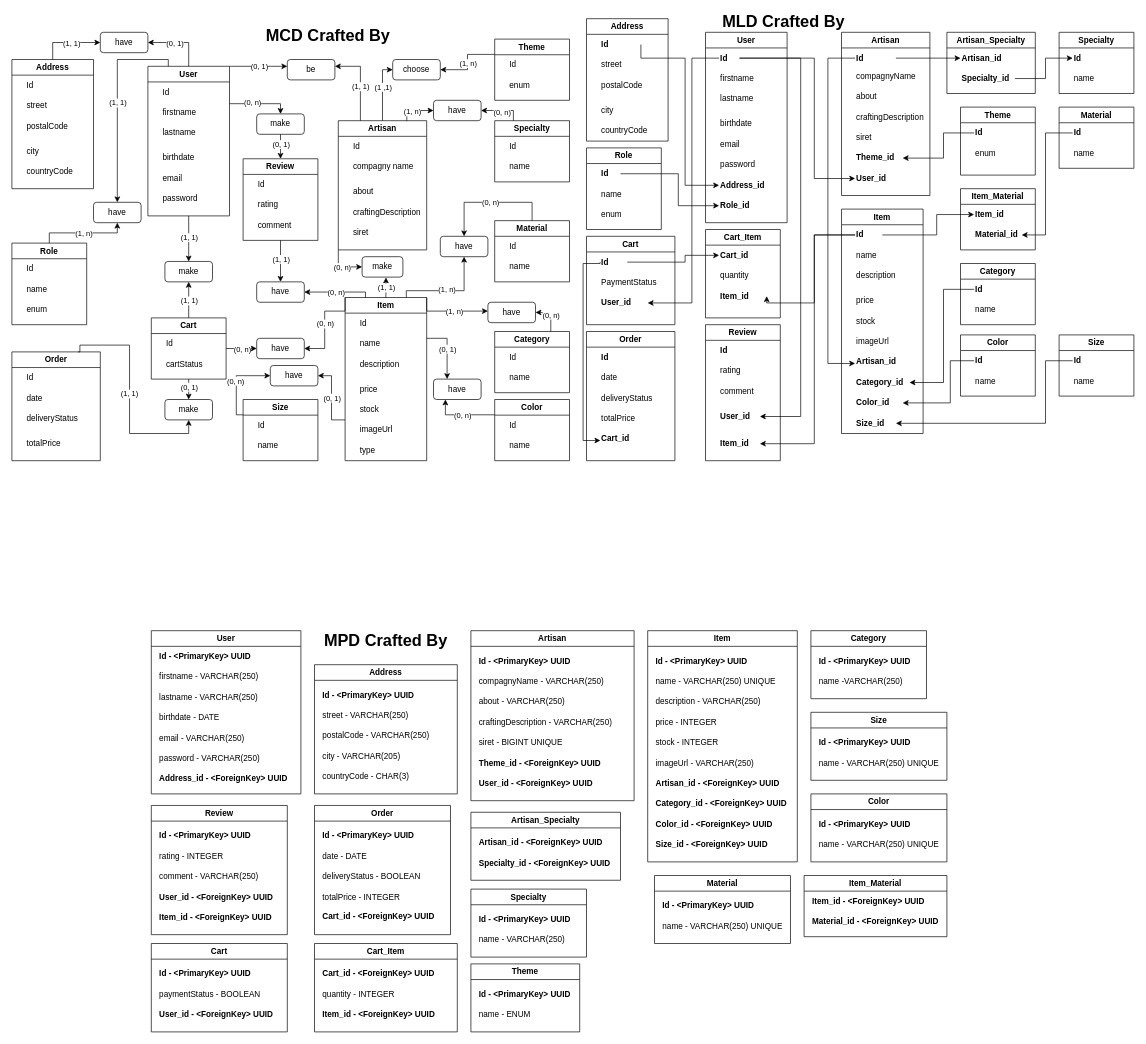
RomainWirth/RomainWirth keeps this draw.io diagram as BDD_PHP_DATAVIZ/Diagramme sans nom.drawio. Above is the earlier version. Source tidied: cells renumbered, new cells numbered last; positions are measured from the earlier drawing's top-left corner, leaving out a move shared by most shapes. Both pictures are drawn from the tidied source at 68%, with x=0, y=0 at pixel (12, 12).
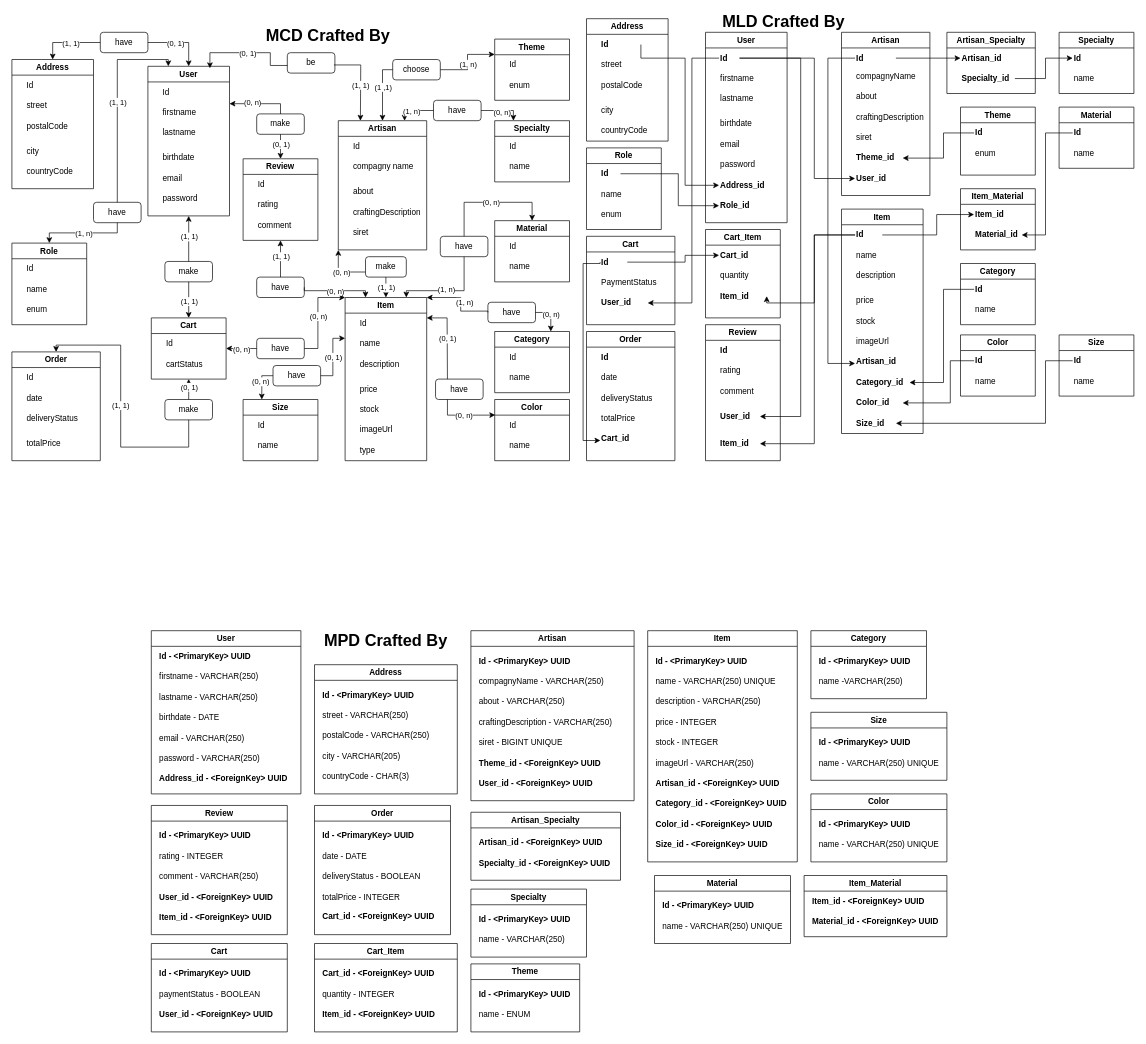
The same page after the edit.

Commit message:
Mettre à jour Diagramme sans nom.drawio

The change refers to these unchanged cells:
```xml
<mxCell id="2" value="User" style="swimlane;whiteSpace=wrap;html=1;" parent="1" vertex="1">
  <mxGeometry x="200" y="80" width="120" height="220" as="geometry" />
</mxCell>
<mxCell id="9" value="Artisan" style="swimlane;whiteSpace=wrap;html=1;" parent="1" vertex="1">
  <mxGeometry x="480" y="160" width="130" height="190" as="geometry" />
</mxCell>
<mxCell id="15" value="Specialty" style="swimlane;whiteSpace=wrap;html=1;" parent="1" vertex="1">
  <mxGeometry x="710" y="160" width="110" height="90" as="geometry" />
</mxCell>
<mxCell id="18" value="Theme" style="swimlane;whiteSpace=wrap;html=1;" parent="1" vertex="1">
  <mxGeometry x="710" y="40" width="110" height="90" as="geometry" />
</mxCell>
<mxCell id="21" value="Address" style="swimlane;whiteSpace=wrap;html=1;" parent="1" vertex="1">
  <mxGeometry y="70" width="120" height="190" as="geometry" />
</mxCell>
<mxCell id="27" value="Role" style="swimlane;whiteSpace=wrap;html=1;" parent="1" vertex="1">
  <mxGeometry y="340" width="110" height="120" as="geometry" />
</mxCell>
<mxCell id="31" value="Item" style="swimlane;whiteSpace=wrap;html=1;" parent="1" vertex="1">
  <mxGeometry x="490" y="420" width="120" height="240" as="geometry" />
</mxCell>
<mxCell id="39" value="Material" style="swimlane;whiteSpace=wrap;html=1;" parent="1" vertex="1">
  <mxGeometry x="710" y="307" width="110" height="90" as="geometry" />
</mxCell>
<mxCell id="43" value="Cart" style="swimlane;whiteSpace=wrap;html=1;" parent="1" vertex="1">
  <mxGeometry x="205" y="450" width="110" height="90" as="geometry" />
</mxCell>
<mxCell id="46" value="Review" style="swimlane;whiteSpace=wrap;html=1;" parent="1" vertex="1">
  <mxGeometry x="340" y="216" width="110" height="120" as="geometry" />
</mxCell>
<mxCell id="50" value="Order" style="swimlane;whiteSpace=wrap;html=1;" parent="1" vertex="1">
  <mxGeometry y="500" width="130" height="160" as="geometry" />
</mxCell>
<mxCell id="55" value="Color" style="swimlane;whiteSpace=wrap;html=1;" parent="1" vertex="1">
  <mxGeometry x="710" y="570" width="110" height="90" as="geometry" />
</mxCell>
<mxCell id="58" value="Size" style="swimlane;whiteSpace=wrap;html=1;" parent="1" vertex="1">
  <mxGeometry x="340" y="570" width="110" height="90" as="geometry" />
</mxCell>
<mxCell id="61" value="have" style="rounded=1;whiteSpace=wrap;html=1;" parent="1" vertex="1">
  <mxGeometry x="130" y="30" width="70" height="30" as="geometry" />
</mxCell>
<mxCell id="62" value="have" style="rounded=1;whiteSpace=wrap;html=1;" parent="1" vertex="1">
  <mxGeometry x="120" y="280" width="70" height="30" as="geometry" />
</mxCell>
<mxCell id="63" value="have" style="rounded=1;whiteSpace=wrap;html=1;" parent="1" vertex="1">
  <mxGeometry x="620" y="130" width="70" height="30" as="geometry" />
</mxCell>
<mxCell id="64" value="have" style="rounded=1;whiteSpace=wrap;html=1;" parent="1" vertex="1">
  <mxGeometry x="630" y="330" width="70" height="30" as="geometry" />
</mxCell>
<mxCell id="67" value="have" style="rounded=1;whiteSpace=wrap;html=1;" parent="1" vertex="1">
  <mxGeometry x="360" y="480" width="70" height="30" as="geometry" />
</mxCell>
<mxCell id="69" value="make" style="rounded=1;whiteSpace=wrap;html=1;" parent="1" vertex="1">
  <mxGeometry x="360" y="150" width="70" height="30" as="geometry" />
</mxCell>
<mxCell id="71" value="choose" style="rounded=1;whiteSpace=wrap;html=1;" parent="1" vertex="1">
  <mxGeometry x="560" y="70" width="70" height="30" as="geometry" />
</mxCell>
<mxCell id="72" value="make" style="rounded=1;whiteSpace=wrap;html=1;" parent="1" vertex="1">
  <mxGeometry x="225" y="570" width="70" height="30" as="geometry" />
</mxCell>
<mxCell id="73" value="make" style="rounded=1;whiteSpace=wrap;html=1;" parent="1" vertex="1">
  <mxGeometry x="225" y="367" width="70" height="30" as="geometry" />
</mxCell>
<mxCell id="225" value="Category" style="swimlane;whiteSpace=wrap;html=1;" parent="1" vertex="1">
  <mxGeometry x="710" y="470" width="110" height="90" as="geometry" />
</mxCell>
<mxCell id="228" value="have" style="rounded=1;whiteSpace=wrap;html=1;" parent="1" vertex="1">
  <mxGeometry x="700" y="427" width="70" height="30" as="geometry" />
</mxCell>
```

Change to the diagram source:
```diff
@@
     <mxCell id="65" value="have" style="rounded=1;whiteSpace=wrap;html=1;" parent="1" vertex="1">
-      <mxGeometry x="620" y="540" width="70" height="30" as="geometry" />
+      <mxGeometry x="623" y="540" width="70" height="30" as="geometry" />
     </mxCell>
     <mxCell id="66" value="have" style="rounded=1;whiteSpace=wrap;html=1;" parent="1" vertex="1">
-      <mxGeometry x="380" y="520" width="70" height="30" as="geometry" />
+      <mxGeometry x="384" y="520" width="70" height="30" as="geometry" />
     </mxCell>
@@
     <mxCell id="68" value="have" style="rounded=1;whiteSpace=wrap;html=1;" parent="1" vertex="1">
-      <mxGeometry x="360" y="397" width="70" height="30" as="geometry" />
+      <mxGeometry x="360" y="390" width="70" height="30" as="geometry" />
     </mxCell>
@@
     <mxCell id="70" value="be" style="rounded=1;whiteSpace=wrap;html=1;" parent="1" vertex="1">
-      <mxGeometry x="405" y="70" width="70" height="30" as="geometry" />
+      <mxGeometry x="405" y="60" width="70" height="30" as="geometry" />
     </mxCell>
@@
-    <mxCell id="74" style="endArrow=classic;html=1;rounded=0;exitX=0.5;exitY=0;exitDx=0;exitDy=0;edgeStyle=orthogonalEdgeStyle;entryX=0;entryY=0.5;entryDx=0;entryDy=0;" parent="1" edge="1" source="21" target="61">
+    <mxCell id="74" style="endArrow=classic;html=1;rounded=0;exitX=0;exitY=0.5;exitDx=0;exitDy=0;edgeStyle=orthogonalEdgeStyle;entryX=0.5;entryY=0;entryDx=0;entryDy=0;" parent="1" edge="1" source="61" target="21">
       <mxGeometry relative="1" as="geometry" />
     </mxCell>
@@
-    <mxCell id="76" style="endArrow=classic;html=1;rounded=0;edgeStyle=orthogonalEdgeStyle;entryX=1;entryY=0.5;entryDx=0;entryDy=0;exitX=0.5;exitY=0;exitDx=0;exitDy=0;" parent="1" edge="1" source="2" target="61">
+    <mxCell id="76" style="endArrow=classic;html=1;rounded=0;edgeStyle=orthogonalEdgeStyle;exitX=1;exitY=0.5;exitDx=0;exitDy=0;entryX=0.5;entryY=0;entryDx=0;entryDy=0;" parent="1" edge="1" source="61" target="2">
       <mxGeometry relative="1" as="geometry">
         <Array as="points">
           <mxPoint x="260" y="45" />
         </Array>
       </mxGeometry>
     </mxCell>
@@
-    <mxCell id="78" style="endArrow=classic;html=1;rounded=0;entryX=0.5;entryY=0;entryDx=0;entryDy=0;edgeStyle=orthogonalEdgeStyle;exitX=0.25;exitY=0;exitDx=0;exitDy=0;" parent="1" edge="1" source="2" target="62">
+    <mxCell id="78" style="endArrow=classic;html=1;rounded=0;edgeStyle=orthogonalEdgeStyle;exitX=0.5;exitY=0;exitDx=0;exitDy=0;entryX=0.25;entryY=0;entryDx=0;entryDy=0;" parent="1" edge="1" source="62" target="2">
       <mxGeometry relative="1" as="geometry">
         <Array as="points">
+          <mxPoint x="155" y="70" />
           <mxPoint x="230" y="70" />
-          <mxPoint x="155" y="70" />
         </Array>
       </mxGeometry>
     </mxCell>
@@
-    <mxCell id="80" style="endArrow=classic;html=1;rounded=0;entryX=0.5;entryY=1;entryDx=0;entryDy=0;edgeStyle=orthogonalEdgeStyle;exitX=0.5;exitY=0;exitDx=0;exitDy=0;" parent="1" edge="1" source="27" target="62">
+    <mxCell id="80" style="endArrow=classic;html=1;rounded=0;edgeStyle=orthogonalEdgeStyle;exitX=0.5;exitY=1;exitDx=0;exitDy=0;entryX=0.5;entryY=0;entryDx=0;entryDy=0;" parent="1" edge="1" source="62" target="27">
       <mxGeometry relative="1" as="geometry" />
     </mxCell>
@@
-    <mxCell id="82" style="endArrow=classic;html=1;rounded=0;edgeStyle=orthogonalEdgeStyle;exitX=1;exitY=0;exitDx=0;exitDy=0;" parent="1" edge="1" source="2">
+    <mxCell id="82" style="endArrow=classic;html=1;rounded=0;edgeStyle=orthogonalEdgeStyle;entryX=0.76;entryY=0.013;entryDx=0;entryDy=0;entryPerimeter=0;exitX=0.003;exitY=0.627;exitDx=0;exitDy=0;exitPerimeter=0;" parent="1" edge="1" source="70" target="2">
       <mxGeometry relative="1" as="geometry">
-        <mxPoint x="405" y="80" as="targetPoint" />
         <Array as="points">
-          <mxPoint x="380" y="80" />
-          <mxPoint x="380" y="80" />
+          <mxPoint x="380" y="79" />
+          <mxPoint x="380" y="60" />
+          <mxPoint x="291" y="60" />
         </Array>
       </mxGeometry>
     </mxCell>
@@
-    <mxCell id="84" style="endArrow=classic;html=1;rounded=0;edgeStyle=orthogonalEdgeStyle;exitX=0.25;exitY=0;exitDx=0;exitDy=0;" parent="1" edge="1" source="9">
+    <mxCell id="84" style="endArrow=classic;html=1;rounded=0;edgeStyle=orthogonalEdgeStyle;exitX=0.98;exitY=0.6;exitDx=0;exitDy=0;exitPerimeter=0;entryX=0.25;entryY=0;entryDx=0;entryDy=0;" parent="1" edge="1" source="70" target="9">
       <mxGeometry relative="1" as="geometry">
-        <mxPoint x="475" y="80" as="targetPoint" />
         <Array as="points">
+          <mxPoint x="513" y="78" />
           <mxPoint x="513" y="80" />
-          <mxPoint x="475" y="80" />
+          <mxPoint x="513" y="80" />
         </Array>
       </mxGeometry>
     </mxCell>
@@
-    <mxCell id="86" style="endArrow=classic;html=1;rounded=0;exitX=1;exitY=0.25;exitDx=0;exitDy=0;entryX=0.5;entryY=0;entryDx=0;entryDy=0;edgeStyle=orthogonalEdgeStyle;" parent="1" edge="1" source="2" target="69">
+    <mxCell id="86" style="endArrow=classic;html=1;rounded=0;entryX=1;entryY=0.25;entryDx=0;entryDy=0;edgeStyle=orthogonalEdgeStyle;exitX=0.5;exitY=0;exitDx=0;exitDy=0;" parent="1" edge="1" source="69" target="2">
       <mxGeometry relative="1" as="geometry">
         <Array as="points">
           <mxPoint x="395" y="135" />
         </Array>
       </mxGeometry>
     </mxCell>
@@
-    <mxCell id="90" style="endArrow=classic;html=1;rounded=0;exitX=0.775;exitY=0.002;exitDx=0;exitDy=0;entryX=0;entryY=0.5;entryDx=0;entryDy=0;edgeStyle=orthogonalEdgeStyle;exitPerimeter=0;" parent="1" edge="1" source="9" target="63">
+    <mxCell id="90" style="endArrow=classic;html=1;rounded=0;exitX=0;exitY=0.5;exitDx=0;exitDy=0;edgeStyle=orthogonalEdgeStyle;entryX=0.75;entryY=0;entryDx=0;entryDy=0;" parent="1" edge="1" source="63" target="9">
       <mxGeometry relative="1" as="geometry" />
     </mxCell>
@@
-    <mxCell id="92" style="endArrow=classic;html=1;rounded=0;exitX=0.5;exitY=0;exitDx=0;exitDy=0;entryX=0;entryY=0.5;entryDx=0;entryDy=0;edgeStyle=orthogonalEdgeStyle;" parent="1" edge="1" source="9" target="71">
+    <mxCell id="92" style="endArrow=classic;html=1;rounded=0;entryX=0.5;entryY=0;entryDx=0;entryDy=0;edgeStyle=orthogonalEdgeStyle;exitX=0;exitY=0.5;exitDx=0;exitDy=0;" parent="1" edge="1" source="71" target="9">
       <mxGeometry relative="1" as="geometry" />
     </mxCell>
@@
-    <mxCell id="94" style="endArrow=classic;html=1;rounded=0;edgeStyle=orthogonalEdgeStyle;exitX=0.25;exitY=0;exitDx=0;exitDy=0;entryX=1;entryY=0.5;entryDx=0;entryDy=0;" parent="1" edge="1" source="15" target="63">
+    <mxCell id="94" style="endArrow=classic;html=1;rounded=0;edgeStyle=orthogonalEdgeStyle;exitX=1;exitY=0.5;exitDx=0;exitDy=0;entryX=0.25;entryY=0;entryDx=0;entryDy=0;" parent="1" edge="1" source="63" target="15">
       <mxGeometry relative="1" as="geometry" />
     </mxCell>
@@
-    <mxCell id="96" style="endArrow=classic;html=1;rounded=0;exitX=0;exitY=0.25;exitDx=0;exitDy=0;entryX=1;entryY=0.5;entryDx=0;entryDy=0;edgeStyle=orthogonalEdgeStyle;" parent="1" edge="1" source="18" target="71">
+    <mxCell id="96" style="endArrow=classic;html=1;rounded=0;entryX=0;entryY=0.25;entryDx=0;entryDy=0;edgeStyle=orthogonalEdgeStyle;exitX=1;exitY=0.5;exitDx=0;exitDy=0;" parent="1" edge="1" source="71" target="18">
       <mxGeometry relative="1" as="geometry" />
     </mxCell>
@@
-    <mxCell id="98" style="endArrow=classic;html=1;rounded=0;exitX=0.5;exitY=1;exitDx=0;exitDy=0;entryX=0.5;entryY=0;entryDx=0;entryDy=0;edgeStyle=orthogonalEdgeStyle;" parent="1" edge="1" source="2" target="73">
+    <mxCell id="98" style="endArrow=classic;html=1;rounded=0;exitX=0.5;exitY=0;exitDx=0;exitDy=0;edgeStyle=orthogonalEdgeStyle;entryX=0.5;entryY=1;entryDx=0;entryDy=0;" parent="1" edge="1" source="73" target="2">
       <mxGeometry relative="1" as="geometry" />
     </mxCell>
@@
-    <mxCell id="100" style="endArrow=classic;html=1;rounded=0;entryX=0.5;entryY=1;entryDx=0;entryDy=0;exitX=0.5;exitY=0;exitDx=0;exitDy=0;" parent="1" edge="1" source="43" target="73">
+    <mxCell id="100" style="endArrow=classic;html=1;rounded=0;exitX=0.5;exitY=1;exitDx=0;exitDy=0;entryX=0.5;entryY=0;entryDx=0;entryDy=0;" parent="1" edge="1" source="73" target="43">
       <mxGeometry relative="1" as="geometry" />
     </mxCell>
@@
-    <mxCell id="102" style="endArrow=classic;html=1;rounded=0;exitX=0.5;exitY=1;exitDx=0;exitDy=0;entryX=0.5;entryY=0;entryDx=0;entryDy=0;edgeStyle=orthogonalEdgeStyle;" parent="1" edge="1" source="46" target="68">
+    <mxCell id="102" style="endArrow=classic;html=1;rounded=0;exitX=0.5;exitY=0;exitDx=0;exitDy=0;edgeStyle=orthogonalEdgeStyle;entryX=0.5;entryY=1;entryDx=0;entryDy=0;" parent="1" edge="1" source="68" target="46">
       <mxGeometry relative="1" as="geometry" />
     </mxCell>
@@
-    <mxCell id="104" style="endArrow=classic;html=1;rounded=0;exitX=0.5;exitY=1;exitDx=0;exitDy=0;entryX=0.5;entryY=0;entryDx=0;entryDy=0;" parent="1" edge="1" source="43" target="72">
+    <mxCell id="104" style="endArrow=classic;html=1;rounded=0;exitX=0.5;exitY=0;exitDx=0;exitDy=0;entryX=0.5;entryY=1;entryDx=0;entryDy=0;" parent="1" edge="1" source="72" target="43">
       <mxGeometry relative="1" as="geometry" />
     </mxCell>
@@
-    <mxCell id="106" style="endArrow=classic;html=1;rounded=0;exitX=0.75;exitY=0;exitDx=0;exitDy=0;edgeStyle=orthogonalEdgeStyle;entryX=0.5;entryY=1;entryDx=0;entryDy=0;" parent="1" edge="1" source="50" target="72">
+    <mxCell id="106" style="endArrow=classic;html=1;rounded=0;edgeStyle=orthogonalEdgeStyle;exitX=0.5;exitY=1;exitDx=0;exitDy=0;entryX=0.5;entryY=0;entryDx=0;entryDy=0;" parent="1" edge="1" source="72" target="50">
       <mxGeometry relative="1" as="geometry">
         <Array as="points">
-          <mxPoint x="100" y="500" />
-          <mxPoint x="100" y="490" />
-          <mxPoint x="173" y="490" />
-          <mxPoint x="173" y="620" />
-          <mxPoint x="260" y="620" />
+          <mxPoint x="260" y="640" />
+          <mxPoint x="160" y="640" />
+          <mxPoint x="160" y="490" />
+          <mxPoint x="65" y="490" />
         </Array>
       </mxGeometry>
     </mxCell>
@@
-    <mxCell id="108" style="endArrow=classic;html=1;rounded=0;exitX=1;exitY=0.5;exitDx=0;exitDy=0;entryX=0;entryY=0.5;entryDx=0;entryDy=0;edgeStyle=orthogonalEdgeStyle;" parent="1" edge="1" source="43" target="67">
+    <mxCell id="108" style="endArrow=classic;html=1;rounded=0;exitX=0;exitY=0.5;exitDx=0;exitDy=0;edgeStyle=orthogonalEdgeStyle;entryX=1;entryY=0.5;entryDx=0;entryDy=0;" parent="1" edge="1" source="67" target="43">
       <mxGeometry relative="1" as="geometry" />
     </mxCell>
@@
-    <mxCell id="110" style="endArrow=classic;html=1;rounded=0;exitX=0;exitY=0;exitDx=0;exitDy=0;edgeStyle=orthogonalEdgeStyle;entryX=1;entryY=0.5;entryDx=0;entryDy=0;" parent="1" edge="1" source="31" target="67">
+    <mxCell id="110" style="endArrow=classic;html=1;rounded=0;edgeStyle=orthogonalEdgeStyle;entryX=0;entryY=0;entryDx=0;entryDy=0;exitX=1;exitY=0.5;exitDx=0;exitDy=0;" parent="1" edge="1" source="67" target="31">
       <mxGeometry relative="1" as="geometry">
         <Array as="points">
-          <mxPoint x="460" y="440" />
-          <mxPoint x="460" y="495" />
+          <mxPoint x="450" y="495" />
+          <mxPoint x="450" y="420" />
         </Array>
       </mxGeometry>
     </mxCell>
@@
-    <mxCell id="112" style="endArrow=classic;html=1;rounded=0;exitX=0.75;exitY=0;exitDx=0;exitDy=0;entryX=0.5;entryY=1;entryDx=0;entryDy=0;edgeStyle=orthogonalEdgeStyle;" parent="1" edge="1" source="31" target="64">
+    <mxCell id="112" style="endArrow=classic;html=1;rounded=0;entryX=0.75;entryY=0;entryDx=0;entryDy=0;edgeStyle=orthogonalEdgeStyle;exitX=0.5;exitY=1;exitDx=0;exitDy=0;" parent="1" edge="1" source="64" target="31">
       <mxGeometry relative="1" as="geometry">
         <Array as="points">
+          <mxPoint x="665" y="410" />
           <mxPoint x="580" y="410" />
-          <mxPoint x="665" y="410" />
         </Array>
       </mxGeometry>
     </mxCell>
@@
-    <mxCell id="114" style="endArrow=classic;html=1;rounded=0;entryX=0.5;entryY=0;entryDx=0;entryDy=0;exitX=0.5;exitY=0;exitDx=0;exitDy=0;edgeStyle=orthogonalEdgeStyle;" parent="1" edge="1" source="39" target="64">
+    <mxCell id="114" style="endArrow=classic;html=1;rounded=0;exitX=0.5;exitY=0;exitDx=0;exitDy=0;edgeStyle=orthogonalEdgeStyle;entryX=0.5;entryY=0;entryDx=0;entryDy=0;" parent="1" edge="1" source="64" target="39">
       <mxGeometry relative="1" as="geometry">
         <Array as="points">
+          <mxPoint x="665" y="280" />
           <mxPoint x="765" y="280" />
-          <mxPoint x="665" y="280" />
         </Array>
       </mxGeometry>
     </mxCell>
@@
-    <mxCell id="116" style="endArrow=classic;html=1;rounded=0;exitX=1;exitY=0.25;exitDx=0;exitDy=0;edgeStyle=elbowEdgeStyle;" parent="1" edge="1" source="31">
+    <mxCell id="116" style="endArrow=classic;html=1;rounded=0;exitX=0.25;exitY=0;exitDx=0;exitDy=0;edgeStyle=elbowEdgeStyle;" parent="1" edge="1" source="65">
       <mxGeometry relative="1" as="geometry">
-        <mxPoint x="640" y="540" as="targetPoint" />
+        <mxPoint x="610" y="450" as="targetPoint" />
         <Array as="points">
-          <mxPoint x="640" y="530" />
+          <mxPoint x="640" y="500" />
         </Array>
       </mxGeometry>
     </mxCell>
@@
-    <mxCell id="118" style="endArrow=classic;html=1;rounded=0;entryX=0.25;entryY=1;entryDx=0;entryDy=0;edgeStyle=orthogonalEdgeStyle;exitX=0;exitY=0.25;exitDx=0;exitDy=0;" parent="1" edge="1" source="55" target="65">
-      <mxGeometry relative="1" as="geometry" />
+    <mxCell id="118" style="endArrow=classic;html=1;rounded=0;edgeStyle=orthogonalEdgeStyle;exitX=0.25;exitY=1;exitDx=0;exitDy=0;entryX=0.007;entryY=0.253;entryDx=0;entryDy=0;entryPerimeter=0;" parent="1" edge="1" source="65" target="55">
+      <mxGeometry relative="1" as="geometry">
+        <Array as="points">
+          <mxPoint x="641" y="593" />
+          <mxPoint x="700" y="593" />
+        </Array>
+      </mxGeometry>
     </mxCell>
@@
-    <mxCell id="120" style="endArrow=classic;html=1;rounded=0;exitX=0;exitY=0.75;exitDx=0;exitDy=0;entryX=1;entryY=0.5;entryDx=0;entryDy=0;edgeStyle=orthogonalEdgeStyle;" parent="1" edge="1" source="31" target="66">
+    <mxCell id="120" style="endArrow=classic;html=1;rounded=0;exitX=1;exitY=0.5;exitDx=0;exitDy=0;edgeStyle=orthogonalEdgeStyle;entryX=0;entryY=0.25;entryDx=0;entryDy=0;" parent="1" edge="1" source="66" target="31">
       <mxGeometry relative="1" as="geometry" />
     </mxCell>
@@
-    <mxCell id="122" style="endArrow=classic;html=1;rounded=0;exitX=0;exitY=0.25;exitDx=0;exitDy=0;edgeStyle=orthogonalEdgeStyle;entryX=0;entryY=0.5;entryDx=0;entryDy=0;" parent="1" edge="1" source="58" target="66">
+    <mxCell id="122" style="endArrow=classic;html=1;rounded=0;exitX=0;exitY=0.5;exitDx=0;exitDy=0;edgeStyle=orthogonalEdgeStyle;entryX=0.25;entryY=0;entryDx=0;entryDy=0;" parent="1" edge="1" source="66" target="58">
       <mxGeometry relative="1" as="geometry" />
     </mxCell>
@@
-    <mxCell id="229" style="endArrow=classic;html=1;rounded=0;exitX=1;exitY=0;exitDx=0;exitDy=0;edgeStyle=orthogonalEdgeStyle;" parent="1" edge="1" source="31">
+    <mxCell id="229" style="endArrow=classic;html=1;rounded=0;edgeStyle=orthogonalEdgeStyle;entryX=1;entryY=0;entryDx=0;entryDy=0;exitX=0;exitY=0.5;exitDx=0;exitDy=0;" parent="1" edge="1" source="228" target="31">
       <mxGeometry relative="1" as="geometry">
-        <mxPoint x="700" y="440" as="targetPoint" />
         <Array as="points">
           <mxPoint x="700" y="440" />
+          <mxPoint x="660" y="440" />
+          <mxPoint x="660" y="420" />
         </Array>
       </mxGeometry>
     </mxCell>
@@
-    <mxCell id="231" style="endArrow=classic;html=1;rounded=0;exitX=0.75;exitY=0;exitDx=0;exitDy=0;entryX=1;entryY=0.5;entryDx=0;entryDy=0;edgeStyle=orthogonalEdgeStyle;" parent="1" edge="1" source="225" target="228">
-      <mxGeometry relative="1" as="geometry" />
+    <mxCell id="231" style="endArrow=classic;html=1;rounded=0;exitX=1;exitY=0.5;exitDx=0;exitDy=0;edgeStyle=orthogonalEdgeStyle;entryX=0.75;entryY=0;entryDx=0;entryDy=0;" parent="1" edge="1" source="228" target="225">
+      <mxGeometry relative="1" as="geometry">
+        <Array as="points">
+          <mxPoint x="793" y="442" />
+        </Array>
+      </mxGeometry>
     </mxCell>
@@
-    <mxCell id="233" style="endArrow=classic;html=1;rounded=0;edgeStyle=orthogonalEdgeStyle;exitX=0.25;exitY=0;exitDx=0;exitDy=0;entryX=1;entryY=0.5;entryDx=0;entryDy=0;" parent="1" edge="1" source="31" target="68">
+    <mxCell id="233" style="endArrow=classic;html=1;rounded=0;edgeStyle=orthogonalEdgeStyle;exitX=1;exitY=0.5;exitDx=0;exitDy=0;entryX=0.25;entryY=0;entryDx=0;entryDy=0;" parent="1" edge="1" source="68" target="31">
       <mxGeometry relative="1" as="geometry">
         <Array as="points">
-          <mxPoint x="520" y="412" />
+          <mxPoint x="430" y="410" />
+          <mxPoint x="520" y="410" />
         </Array>
       </mxGeometry>
     </mxCell>
@@
-    <mxCell id="313" style="endArrow=classic;html=1;rounded=0;exitX=0;exitY=1;exitDx=0;exitDy=0;entryX=0;entryY=0.5;entryDx=0;entryDy=0;edgeStyle=orthogonalEdgeStyle;" parent="1" edge="1" source="9" target="315">
+    <mxCell id="313" style="endArrow=classic;html=1;rounded=0;edgeStyle=orthogonalEdgeStyle;entryX=0;entryY=1;entryDx=0;entryDy=0;exitX=0;exitY=0.75;exitDx=0;exitDy=0;" parent="1" edge="1" source="315" target="9">
       <mxGeometry relative="1" as="geometry" />
     </mxCell>
@@
     <mxCell id="315" value="make" style="rounded=1;whiteSpace=wrap;html=1;" parent="1" vertex="1">
-      <mxGeometry x="515" y="360" width="60" height="30" as="geometry" />
+      <mxGeometry x="520" y="360" width="60" height="30" as="geometry" />
     </mxCell>
-    <mxCell id="316" style="endArrow=classic;html=1;rounded=0;exitX=0.5;exitY=0;exitDx=0;exitDy=0;entryX=0.585;entryY=1.017;entryDx=0;entryDy=0;entryPerimeter=0;" parent="1" edge="1" source="31" target="315">
+    <mxCell id="316" style="endArrow=classic;html=1;rounded=0;exitX=0.5;exitY=1;exitDx=0;exitDy=0;entryX=0.5;entryY=0;entryDx=0;entryDy=0;" parent="1" edge="1" source="315" target="31">
       <mxGeometry relative="1" as="geometry" />
     </mxCell>
```
